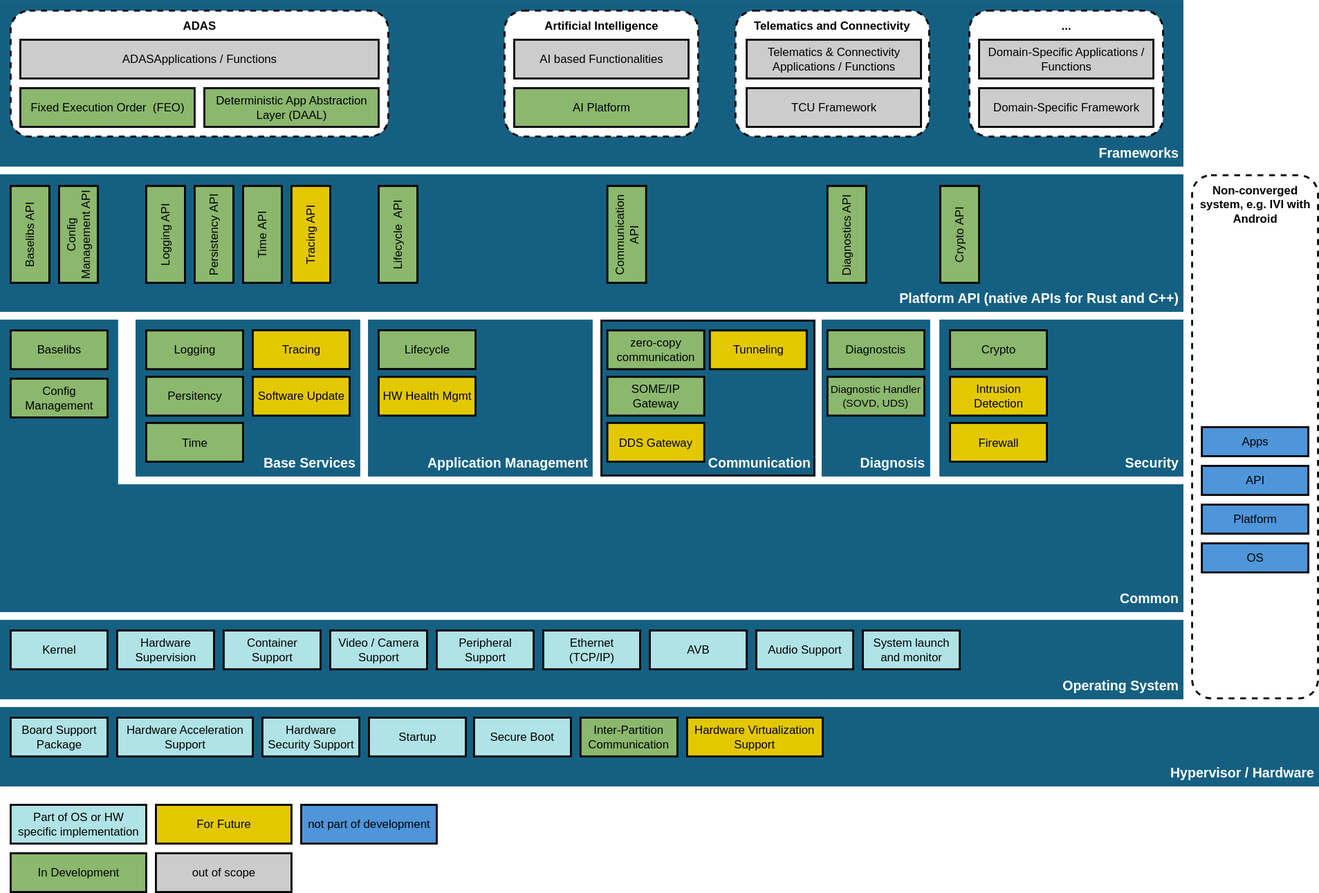
The draw.io diagram docs/architecture/_assets/platform_architecture.drawio.svg in eclipse-score/score, before a commit. Source tidied: cells renumbered, new cells last; positions are measured from the earlier drawing's top-left corner, leaving out a move shared by most shapes.
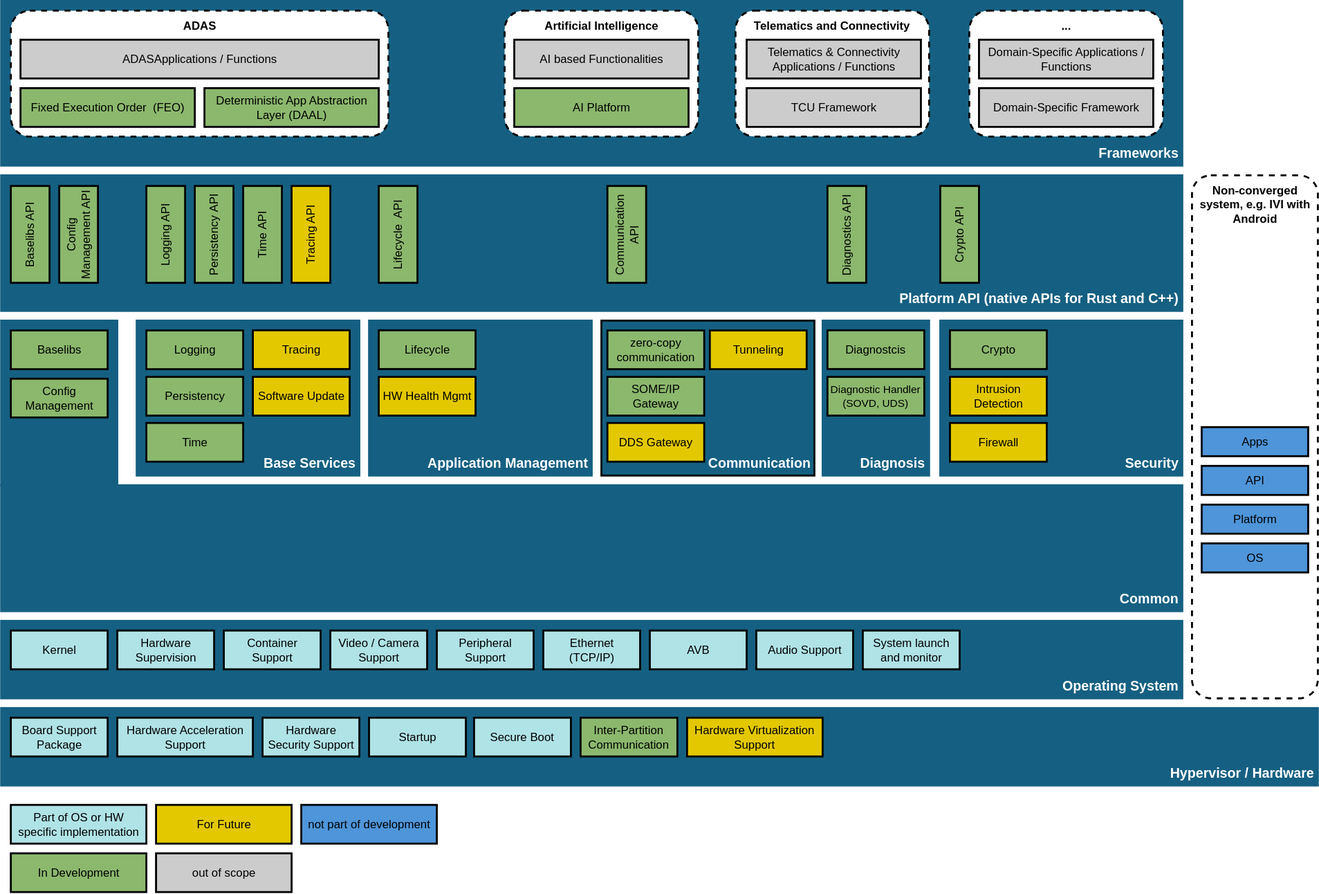
The same diagram one commit later.

Commit message:
typo corrected

Diff of the diagram source:
```diff
@@ -108,7 +108,7 @@
     <mxCell id="37" value="Config Management" style="rounded=0;whiteSpace=wrap;fillColor=#8BB86D;strokeWidth=2;glass=0;shadow=0;strokeColor=#000000;spacingLeft=0;spacing=4;" parent="10" vertex="1">
       <mxGeometry x="30" y="390" width="100" height="40" as="geometry" />
     </mxCell>
-    <mxCell id="38" value="Persitency" style="rounded=0;whiteSpace=wrap;fillColor=#8BB86D;strokeWidth=2;glass=0;shadow=0;strokeColor=default;spacingLeft=0;spacing=4;" parent="10" vertex="1">
+    <mxCell id="38" value="Persistency" style="rounded=0;whiteSpace=wrap;fillColor=#8BB86D;strokeWidth=2;glass=0;shadow=0;strokeColor=default;spacingLeft=0;spacing=4;" parent="10" vertex="1">
       <mxGeometry x="170" y="388.1" width="100" height="40" as="geometry" />
     </mxCell>
     <mxCell id="39" value="Diagnostcis" style="rounded=0;whiteSpace=wrap;fillColor=#8BB86D;strokeWidth=2;glass=0;shadow=0;strokeColor=#000000;spacingLeft=0;spacing=4;" parent="10" vertex="1">
```
